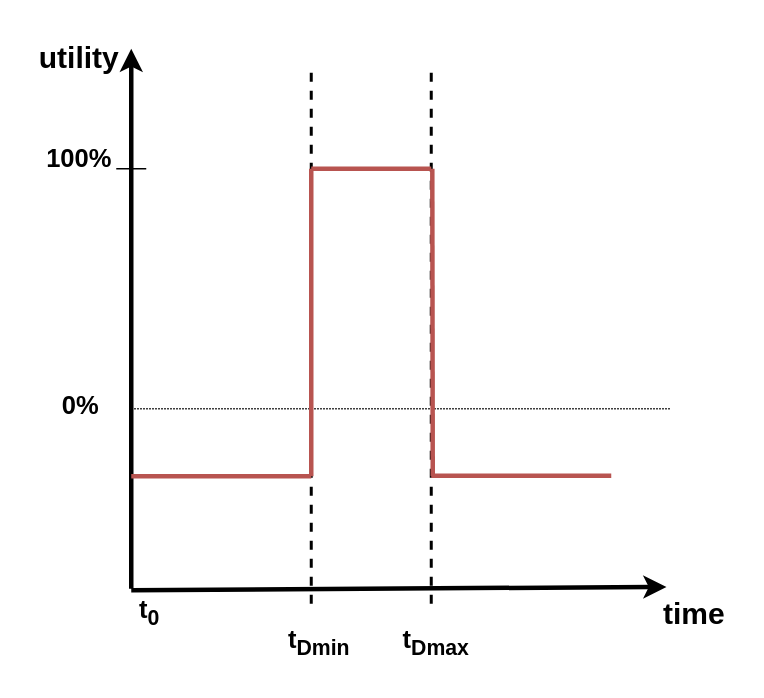
Earlier version of the draw.io diagram thesis/drawio/hard-real-time.drawio (studhascja/Masterthesis). Source tidied: cells renumbered, new cells numbered last; positions are measured from the earlier drawing's top-left corner, leaving out a move shared by most shapes. Both pictures are drawn from the tidied source at 150%, with x=0, y=0 at pixel (26, 26).
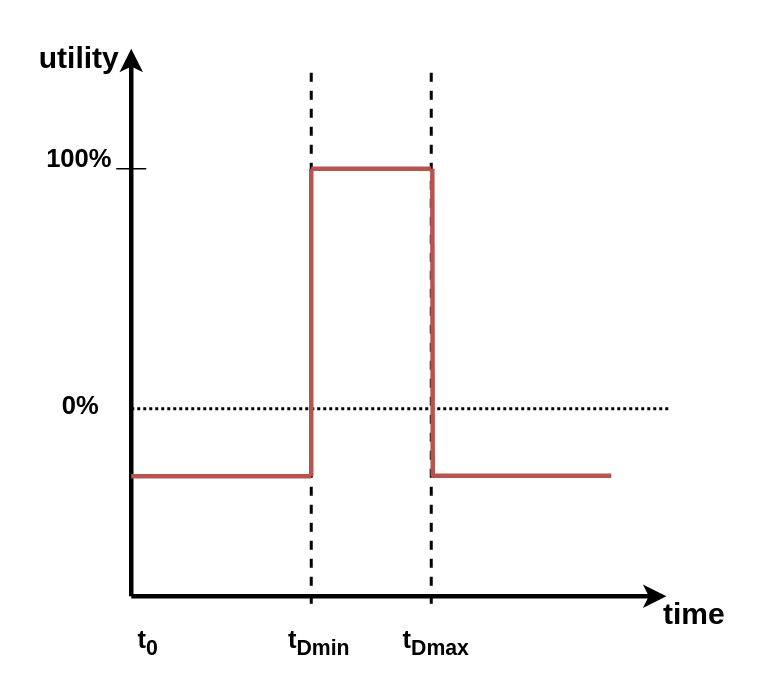
The same diagram, later.

The change refers to these unchanged cells:
```xml
<mxCell id="8" value="time" style="text;html=1;align=center;verticalAlign=middle;points=[];strokeColor=none;fillColor=none;fontStyle=1;fontSize=20;" parent="1" vertex="1">
  <mxGeometry x="415" y="371" width="60" height="40" as="geometry" />
</mxCell>
```

The edit, as a diff of the source:
```diff
@@
-    <mxCell id="2" style="endArrow=none;html=1;strokeWidth=1;rounded=0;dashed=1;dashPattern=1 1;fontStyle=1;fontSize=17;" parent="1" edge="1">
+    <mxCell id="2" style="endArrow=none;html=1;strokeWidth=2;rounded=0;dashed=1;dashPattern=1 1;fontStyle=1;fontSize=17;" parent="1" edge="1">
       <mxGeometry relative="1" as="geometry">
         <mxPoint x="70" y="255" as="sourcePoint" />
         <mxPoint x="430" y="255" as="targetPoint" />
       </mxGeometry>
     </mxCell>
@@
     <mxCell id="4" style="endArrow=classic;html=1;rounded=0;fontStyle=1;fontSize=17;strokeWidth=3;" parent="1" edge="1">
       <mxGeometry relative="1" as="geometry">
-        <mxPoint x="70" y="375" as="sourcePoint" />
+        <mxPoint x="70" y="380" as="sourcePoint" />
         <mxPoint x="70" y="15" as="targetPoint" />
       </mxGeometry>
     </mxCell>
-    <mxCell id="5" style="endArrow=classic;html=1;rounded=0;entryX=0.197;entryY=0.069;entryDx=0;entryDy=0;entryPerimeter=0;fontStyle=1;fontSize=17;strokeWidth=3;" parent="1" edge="1" target="8">
+    <mxCell id="5" style="endArrow=classic;html=1;rounded=0;entryX=0.197;entryY=0.069;entryDx=0;entryDy=0;entryPerimeter=0;fontStyle=1;fontSize=17;strokeWidth=3;" parent="1" edge="1">
       <mxGeometry relative="1" as="geometry">
-        <mxPoint x="70" y="376" as="sourcePoint" />
+        <mxPoint x="70" y="380" as="sourcePoint" />
+        <mxPoint x="426.8" y="380" as="targetPoint" />
       </mxGeometry>
     </mxCell>
@@
     <mxCell id="9" value="t&lt;sub&gt;0&lt;/sub&gt;" style="text;html=1;align=center;verticalAlign=middle;strokeColor=none;fillColor=none;fontStyle=1;fontSize=17;" parent="1" vertex="1">
-      <mxGeometry x="62" y="371" width="40" height="40" as="geometry" />
+      <mxGeometry x="61" y="391" width="40" height="40" as="geometry" />
     </mxCell>
```
